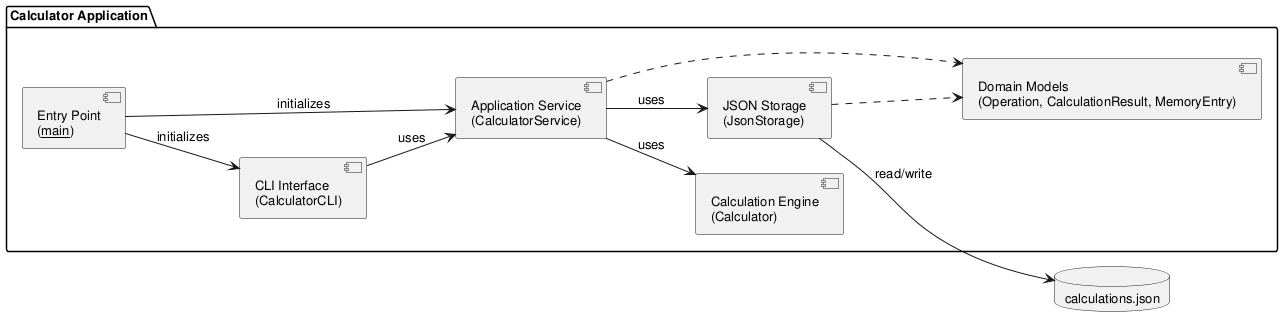
Above: experiments/pipeline/structured_text/calculator/artifacts/component_diagram.png in DanielRiha8906/Software_autoevolution_using_agents (PlantUML), before the change.
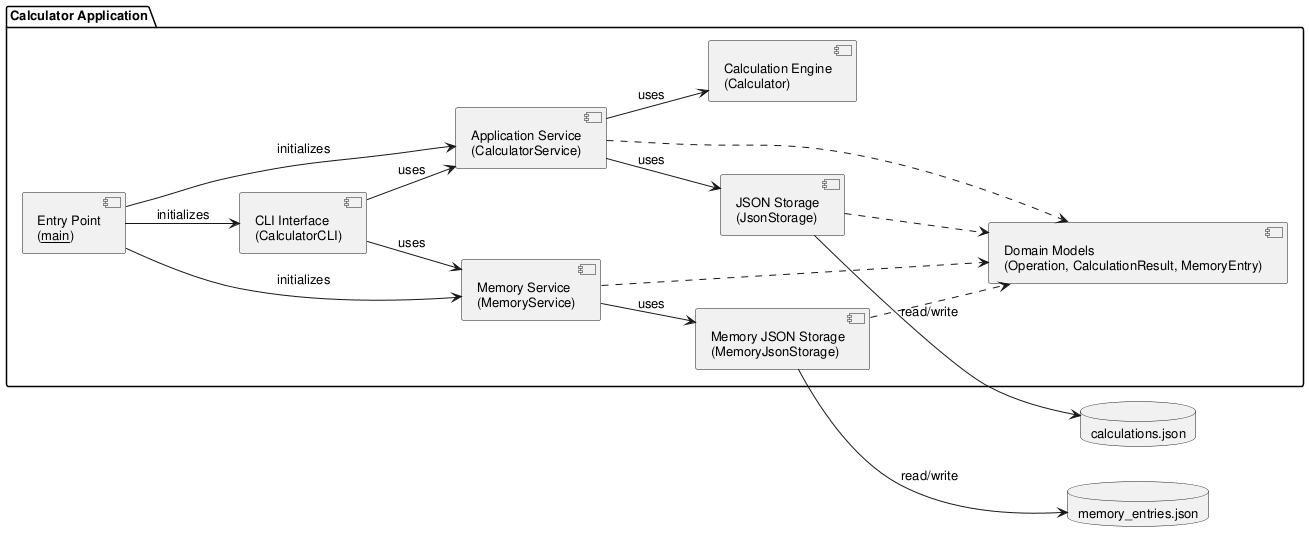
After the change.

The edit, as a diff of the source:
```diff
@@ -8,24 +8,36 @@
 
     component "Entry Point\n(__main__)" as Main
     component "CLI Interface\n(CalculatorCLI)" as CLI
+
     component "Application Service\n(CalculatorService)" as Service
+    component "Memory Service\n(MemoryService)" as MemService
+
     component "Calculation Engine\n(Calculator)" as Calc
     component "JSON Storage\n(JsonStorage)" as Store
+    component "Memory JSON Storage\n(MemoryJsonStorage)" as MemStore
+
     component "Domain Models\n(Operation, CalculationResult, MemoryEntry)" as Models
 
     Main --> CLI : initializes
     Main --> Service : initializes
+    Main --> MemService : initializes
 
     CLI --> Service : uses
+    CLI --> MemService : uses
     Service --> Calc : uses
     Service --> Store : uses
+    MemService --> MemStore : uses
 
     Service ..> Models
     Store ..> Models
+    MemService ..> Models
+    MemStore ..> Models
 }
 
 database "calculations.json" as DB
+database "memory_entries.json" as MemDB
 
 Store --> DB : read/write
+MemStore --> MemDB : read/write
 
 @enduml
```
